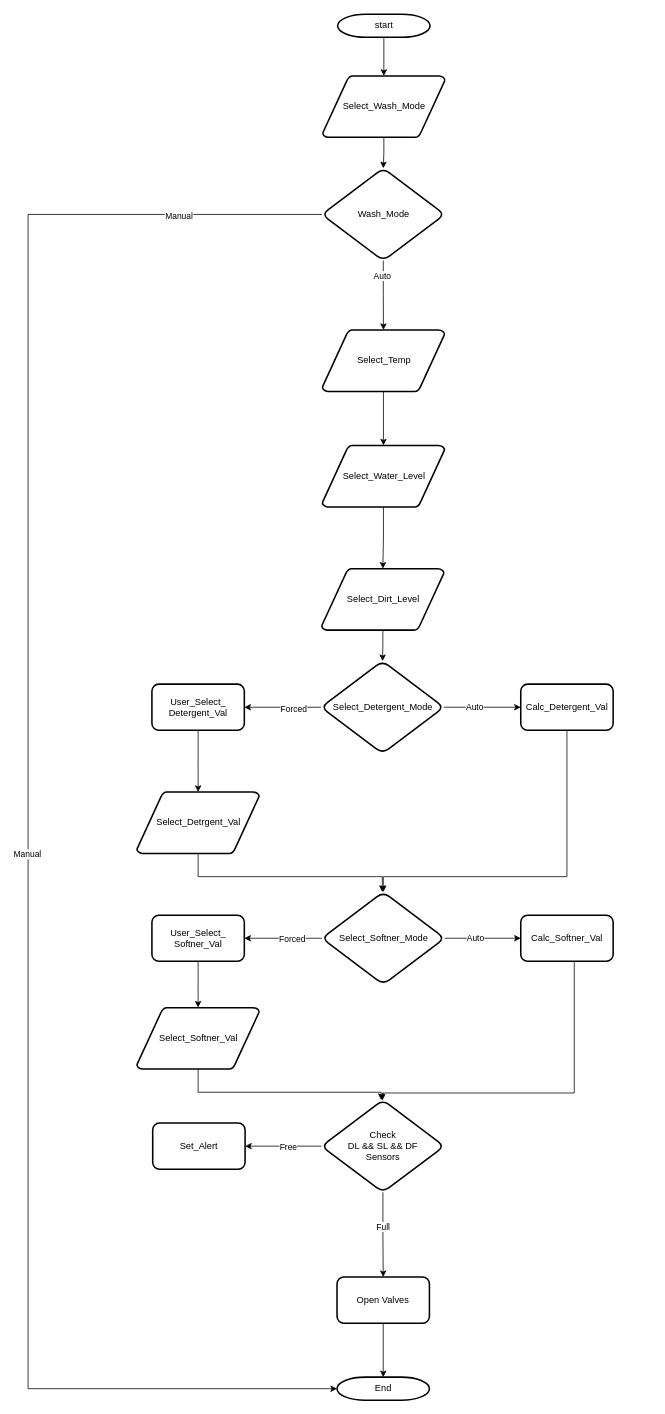
The draw.io diagram page "Flow_Chart" (1 of 4) of WM_Auto_detergent.drawio in Ahmed-lniwehy/WM_Auto_Detergent, before the edit. Source tidied: cells renumbered, new cells numbered last; positions are measured from the earlier drawing's top-left corner, leaving out a move shared by most shapes. Both pictures are drawn from the tidied source at 77%, with x=0, y=0 at pixel (28, 14).
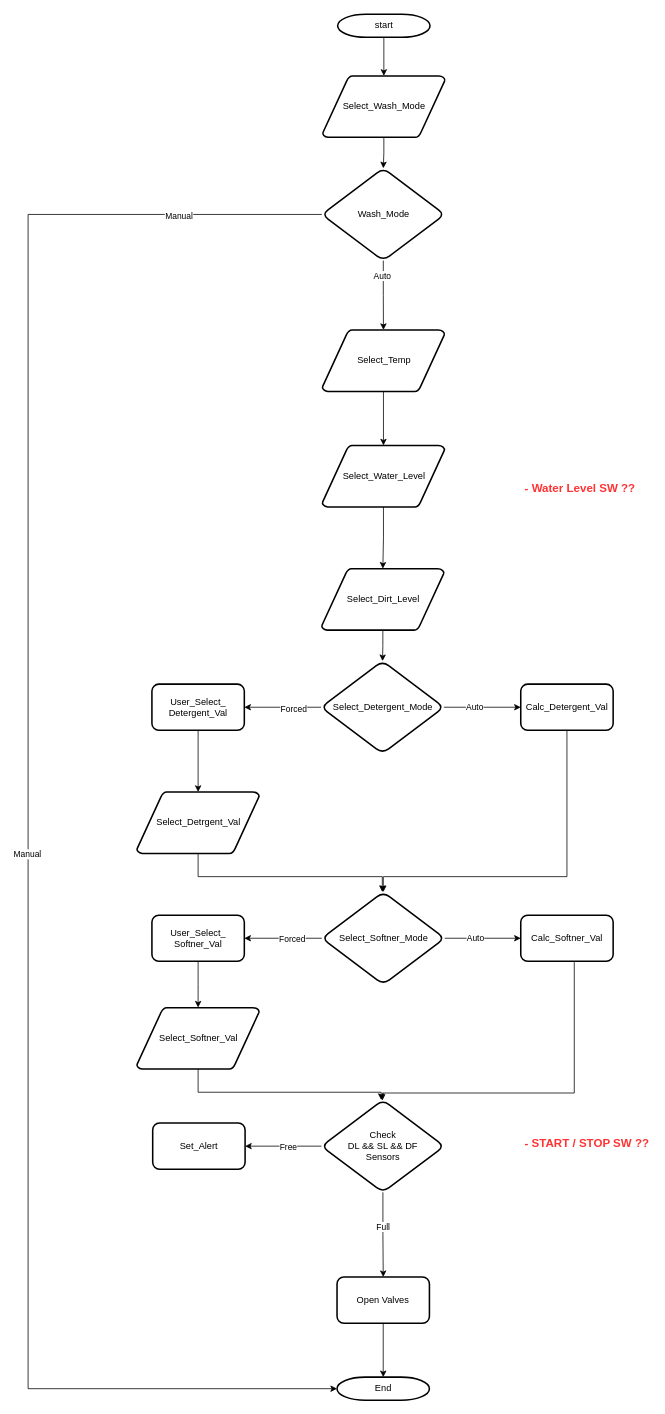
The same page after the edit.

Diff of the diagram source:
```diff
@@
+    <mxCell id="49" value="&lt;b&gt;&lt;font style=&quot;font-size: 15px;&quot; color=&quot;#ff3333&quot;&gt;&amp;nbsp;- START / STOP SW ??&lt;/font&gt;&lt;/b&gt;" style="text;html=1;strokeColor=none;fillColor=none;align=center;verticalAlign=middle;whiteSpace=wrap;rounded=0;" parent="1" vertex="1">
+      <mxGeometry x="639" y="1450" width="170.2" height="30" as="geometry" />
+    </mxCell>
+    <mxCell id="50" value="&lt;b&gt;&lt;font style=&quot;font-size: 15px;&quot; color=&quot;#ff3333&quot;&gt;&amp;nbsp;- Water Level SW ??&lt;/font&gt;&lt;/b&gt;" style="text;html=1;strokeColor=none;fillColor=none;align=center;verticalAlign=middle;whiteSpace=wrap;rounded=0;" parent="1" vertex="1">
+      <mxGeometry x="630" y="600" width="170.2" height="30" as="geometry" />
+    </mxCell>
```
